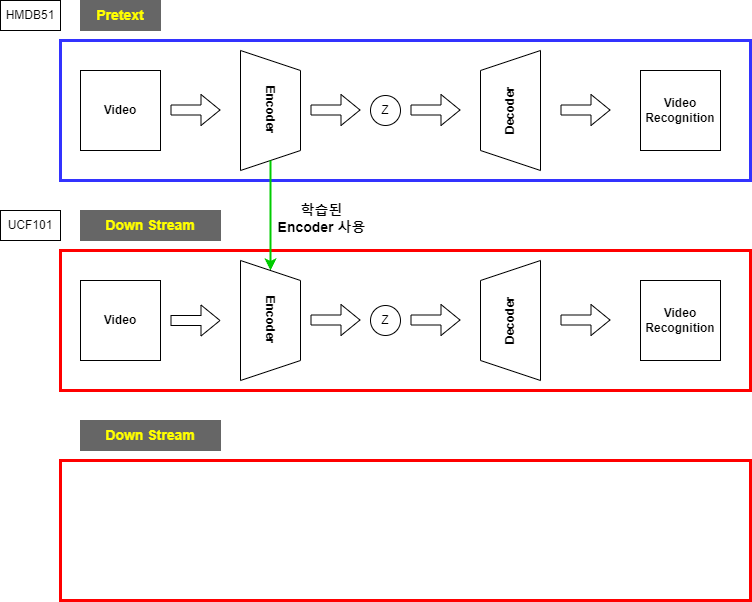
Kyoungrae-Noh/Self-Supervised-Learning keeps this draw.io diagram as 연구주제.drawio.png. Above is the earlier version. Source tidied: cells renumbered, new cells last; positions are measured from the earlier drawing's top-left corner, leaving out a move shared by most shapes.
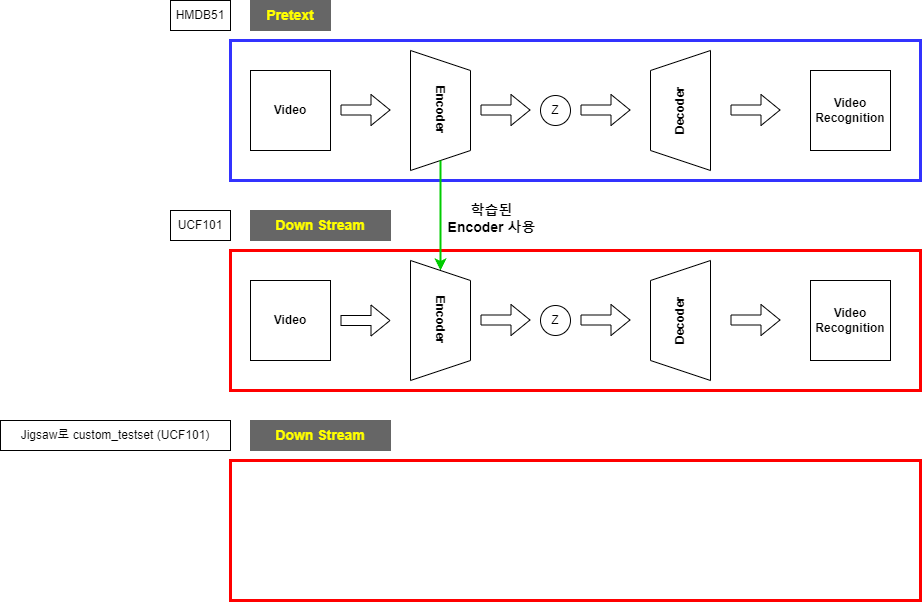
Above is the later version.

Commit message:
연구주제.drawio.png 업데이트

The edit, as a diff of the source:
```diff
@@ -114,5 +114,8 @@
     <mxCell id="29" value="UCF101" style="whiteSpace=wrap;html=1;" parent="1" vertex="1">
       <mxGeometry y="210" width="60" height="30" as="geometry" />
     </mxCell>
+    <mxCell id="30" value="Jigsaw로 custom_testset (UCF101)" style="whiteSpace=wrap;html=1;" parent="1" vertex="1">
+      <mxGeometry x="-170" y="420" width="230" height="30" as="geometry" />
+    </mxCell>
   </root>
 </mxGraphModel>
```
